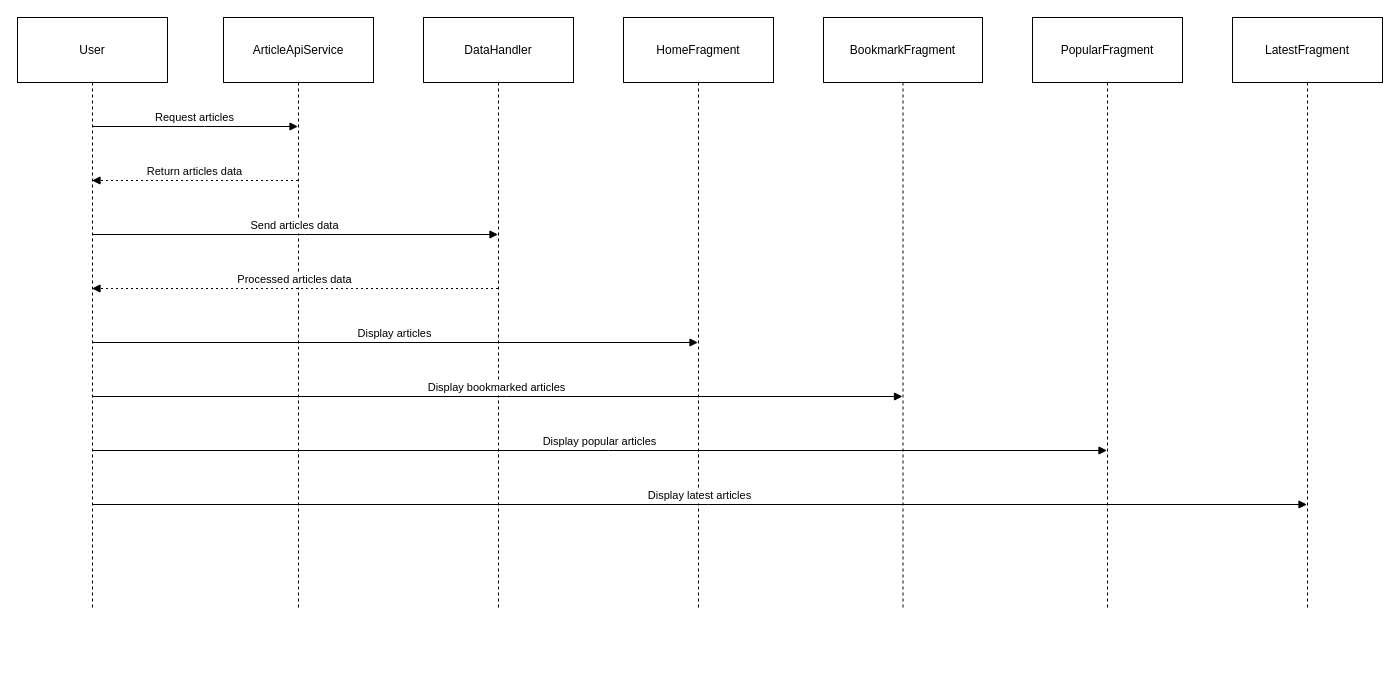
Imagine0123/Sintesis keeps this draw.io diagram as Sintesis_Flow.drawio. Above is the earlier version. Source tidied: cells renumbered, new cells numbered last; positions are measured from the earlier drawing's top-left corner, leaving out a move shared by most shapes. Both pictures are drawn from the tidied source at 100%, with x=0, y=0 at pixel (17, 17).
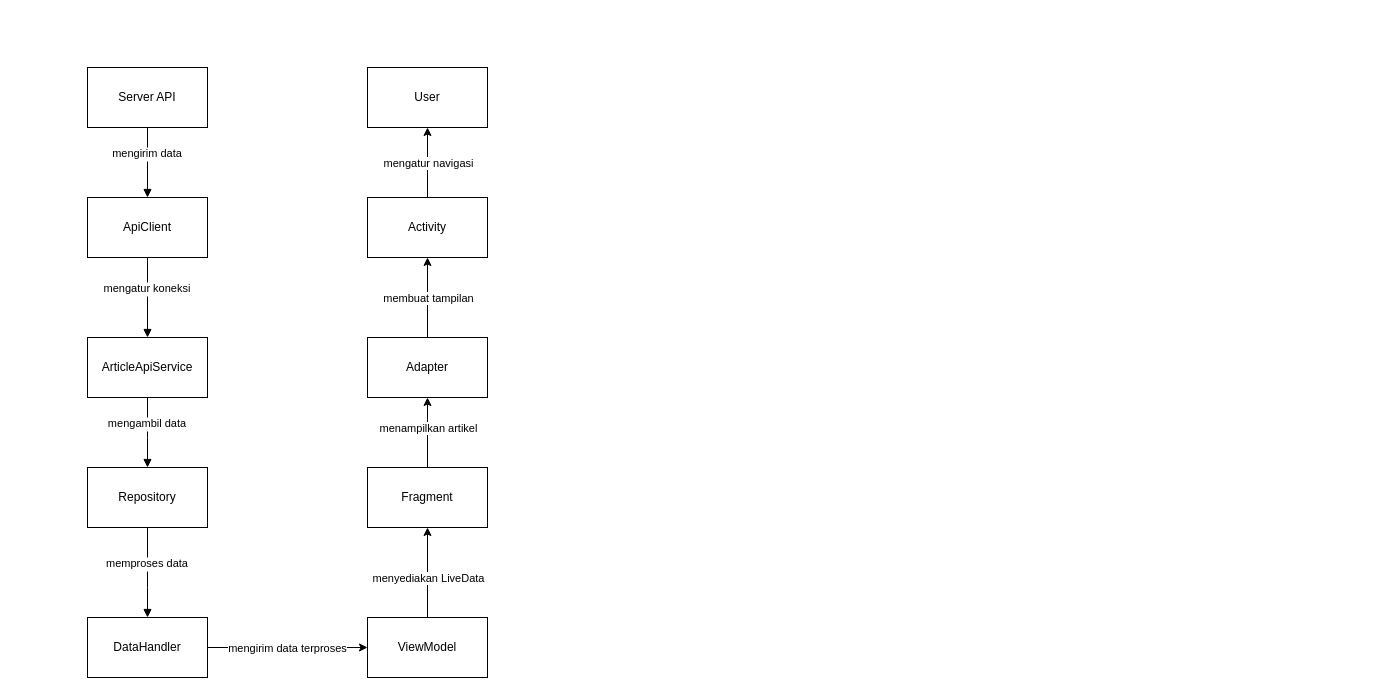
The same diagram, later.

The edit, as a diff of the source:
```diff
@@
+    <mxCell id="17" value="mengirim data" style="verticalAlign=bottom;edgeStyle=elbowEdgeStyle;elbow=vertical;curved=0;rounded=0;endArrow=block;entryX=0.5;entryY=0;entryDx=0;entryDy=0;" parent="1" edge="1" source="21" target="22">
+      <mxGeometry relative="1" as="geometry">
+        <Array as="points">
+          <mxPoint x="130" y="180" />
+          <mxPoint x="134" y="159" />
+        </Array>
+      </mxGeometry>
+    </mxCell>
+    <mxCell id="18" value="mengatur koneksi" style="verticalAlign=bottom;edgeStyle=elbowEdgeStyle;elbow=vertical;curved=0;rounded=0;endArrow=block;exitX=0.5;exitY=1;exitDx=0;exitDy=0;" parent="1" edge="1" source="22" target="3">
+      <mxGeometry relative="1" as="geometry">
+        <Array as="points">
+          <mxPoint x="130" y="270" />
+          <mxPoint x="434" y="723" />
+        </Array>
+      </mxGeometry>
+    </mxCell>
+    <mxCell id="19" value="mengambil data" style="verticalAlign=bottom;edgeStyle=elbowEdgeStyle;elbow=vertical;curved=0;rounded=0;endArrow=block;entryX=0.5;entryY=0;entryDx=0;entryDy=0;exitX=0.5;exitY=1;exitDx=0;exitDy=0;" parent="1" edge="1" source="3" target="23">
+      <mxGeometry relative="1" as="geometry">
+        <Array as="points">
+          <mxPoint x="130" y="420" />
+          <mxPoint x="634" y="777" />
+        </Array>
+      </mxGeometry>
+    </mxCell>
+    <mxCell id="20" value="memproses data" style="verticalAlign=bottom;edgeStyle=elbowEdgeStyle;elbow=vertical;curved=0;rounded=0;endArrow=block;entryX=0.5;entryY=0;entryDx=0;entryDy=0;exitX=0.5;exitY=1;exitDx=0;exitDy=0;" parent="1" edge="1" source="23" target="4">
+      <mxGeometry relative="1" as="geometry">
+        <Array as="points">
+          <mxPoint x="170" y="570" />
+        </Array>
+      </mxGeometry>
+    </mxCell>
+    <mxCell id="21" value="Server API" style="rounded=0;whiteSpace=wrap;html=1;" parent="1" vertex="1">
+      <mxGeometry x="70" y="50" width="120" height="60" as="geometry" />
+    </mxCell>
+    <mxCell id="22" value="ApiClient" style="rounded=0;whiteSpace=wrap;html=1;" parent="1" vertex="1">
+      <mxGeometry x="70" y="180" width="120" height="60" as="geometry" />
+    </mxCell>
+    <mxCell id="3" value="ArticleApiService" style="rounded=0;whiteSpace=wrap;html=1;" parent="1" vertex="1">
+      <mxGeometry x="70" y="320" width="120" height="60" as="geometry" />
+    </mxCell>
+    <mxCell id="23" value="Repository" style="rounded=0;whiteSpace=wrap;html=1;" parent="1" vertex="1">
+      <mxGeometry x="70" y="450" width="120" height="60" as="geometry" />
+    </mxCell>
+    <mxCell id="24" style="edgeStyle=orthogonalEdgeStyle;rounded=0;jettySize=auto;html=1;" parent="1" edge="1" source="4" target="28">
+      <mxGeometry relative="1" as="geometry">
+        <Array as="points">
+          <mxPoint x="250" y="630" />
+          <mxPoint x="250" y="630" />
+        </Array>
+      </mxGeometry>
+    </mxCell>
+    <mxCell id="25" value="mengirim data terproses" style="edgeLabel;html=1;align=center;verticalAlign=middle;" parent="24" vertex="1">
+      <mxGeometry x="-0.01" y="3" relative="1" as="geometry">
+        <mxPoint y="3" as="offset" />
+      </mxGeometry>
+    </mxCell>
+    <mxCell id="4" value="DataHandler" style="rounded=0;whiteSpace=wrap;html=1;" parent="1" vertex="1">
+      <mxGeometry x="70" y="600" width="120" height="60" as="geometry" />
+    </mxCell>
+    <mxCell id="26" style="edgeStyle=orthogonalEdgeStyle;rounded=0;jettySize=auto;html=1;" parent="1" edge="1" source="28" target="31">
+      <mxGeometry relative="1" as="geometry" />
+    </mxCell>
+    <mxCell id="27" value="menyediakan LiveData" style="edgeLabel;html=1;align=center;verticalAlign=middle;" parent="26" vertex="1">
+      <mxGeometry x="-0.11" y="3" relative="1" as="geometry">
+        <mxPoint x="3" as="offset" />
+      </mxGeometry>
+    </mxCell>
+    <mxCell id="28" value="ViewModel" style="rounded=0;whiteSpace=wrap;html=1;" parent="1" vertex="1">
+      <mxGeometry x="350" y="600" width="120" height="60" as="geometry" />
+    </mxCell>
+    <mxCell id="29" style="edgeStyle=orthogonalEdgeStyle;rounded=0;jettySize=auto;html=1;" parent="1" edge="1" source="31" target="34">
+      <mxGeometry relative="1" as="geometry" />
+    </mxCell>
+    <mxCell id="30" value="menampilkan artikel" style="edgeLabel;html=1;align=center;verticalAlign=middle;" parent="29" vertex="1">
+      <mxGeometry x="-0.14" y="-4" relative="1" as="geometry">
+        <mxPoint x="-4" y="-10" as="offset" />
+      </mxGeometry>
+    </mxCell>
+    <mxCell id="31" value="Fragment" style="rounded=0;whiteSpace=wrap;html=1;" parent="1" vertex="1">
+      <mxGeometry x="350" y="450" width="120" height="60" as="geometry" />
+    </mxCell>
+    <mxCell id="32" style="edgeStyle=orthogonalEdgeStyle;rounded=0;jettySize=auto;html=1;" parent="1" edge="1" source="34" target="37">
+      <mxGeometry relative="1" as="geometry" />
+    </mxCell>
+    <mxCell id="33" value="membuat tampilan" style="edgeLabel;html=1;align=center;verticalAlign=middle;" parent="32" vertex="1">
+      <mxGeometry x="0.38" y="-2" relative="1" as="geometry">
+        <mxPoint x="-2" y="15" as="offset" />
+      </mxGeometry>
+    </mxCell>
+    <mxCell id="34" value="Adapter" style="rounded=0;whiteSpace=wrap;html=1;" parent="1" vertex="1">
+      <mxGeometry x="350" y="320" width="120" height="60" as="geometry" />
+    </mxCell>
+    <mxCell id="35" style="edgeStyle=orthogonalEdgeStyle;rounded=0;jettySize=auto;html=1;" parent="1" edge="1" source="37" target="2">
+      <mxGeometry relative="1" as="geometry" />
+    </mxCell>
+    <mxCell id="36" value="mengatur navigasi" style="edgeLabel;html=1;align=center;verticalAlign=middle;" parent="35" vertex="1">
+      <mxGeometry x="0.01" y="-2" relative="1" as="geometry">
+        <mxPoint x="-2" as="offset" />
+      </mxGeometry>
+    </mxCell>
+    <mxCell id="37" value="Activity" style="rounded=0;whiteSpace=wrap;html=1;" parent="1" vertex="1">
+      <mxGeometry x="350" y="180" width="120" height="60" as="geometry" />
+    </mxCell>
-    <mxCell id="2" value="User" style="shape=umlLifeline;perimeter=lifelinePerimeter;whiteSpace=wrap;outlineConnect=0;portConstraint=eastwest;newEdgeStyle={&quot;edgeStyle&quot;:&quot;elbowEdgeStyle&quot;,&quot;elbow&quot;:&quot;vertical&quot;,&quot;curved&quot;:0,&quot;rounded&quot;:0};size=65;" parent="1" vertex="1">
-      <mxGeometry width="150" height="592" as="geometry" />
+    <mxCell id="2" value="User" style="rounded=0;whiteSpace=wrap;html=1;" parent="1" vertex="1">
+      <mxGeometry x="350" y="50" width="120" height="60" as="geometry" />
     </mxCell>
-    <mxCell id="3" value="ArticleApiService" style="shape=umlLifeline;perimeter=lifelinePerimeter;whiteSpace=wrap;outlineConnect=0;portConstraint=eastwest;newEdgeStyle={&quot;edgeStyle&quot;:&quot;elbowEdgeStyle&quot;,&quot;elbow&quot;:&quot;vertical&quot;,&quot;curved&quot;:0,&quot;rounded&quot;:0};size=65;" parent="1" vertex="1">
-      <mxGeometry x="206" width="150" height="592" as="geometry" />
-    </mxCell>
-    <mxCell id="4" value="DataHandler" style="shape=umlLifeline;perimeter=lifelinePerimeter;whiteSpace=wrap;outlineConnect=0;portConstraint=eastwest;newEdgeStyle={&quot;edgeStyle&quot;:&quot;elbowEdgeStyle&quot;,&quot;elbow&quot;:&quot;vertical&quot;,&quot;curved&quot;:0,&quot;rounded&quot;:0};size=65;" parent="1" vertex="1">
-      <mxGeometry x="406" width="150" height="592" as="geometry" />
-    </mxCell>
-    <mxCell id="5" value="HomeFragment" style="shape=umlLifeline;perimeter=lifelinePerimeter;whiteSpace=wrap;outlineConnect=0;portConstraint=eastwest;newEdgeStyle={&quot;edgeStyle&quot;:&quot;elbowEdgeStyle&quot;,&quot;elbow&quot;:&quot;vertical&quot;,&quot;curved&quot;:0,&quot;rounded&quot;:0};size=65;" parent="1" vertex="1">
-      <mxGeometry x="606" width="150" height="592" as="geometry" />
-    </mxCell>
-    <mxCell id="6" value="BookmarkFragment" style="shape=umlLifeline;perimeter=lifelinePerimeter;whiteSpace=wrap;outlineConnect=0;portConstraint=eastwest;newEdgeStyle={&quot;edgeStyle&quot;:&quot;elbowEdgeStyle&quot;,&quot;elbow&quot;:&quot;vertical&quot;,&quot;curved&quot;:0,&quot;rounded&quot;:0};size=65;" parent="1" vertex="1">
-      <mxGeometry x="806" width="159" height="592" as="geometry" />
-    </mxCell>
-    <mxCell id="7" value="PopularFragment" style="shape=umlLifeline;perimeter=lifelinePerimeter;whiteSpace=wrap;outlineConnect=0;portConstraint=eastwest;newEdgeStyle={&quot;edgeStyle&quot;:&quot;elbowEdgeStyle&quot;,&quot;elbow&quot;:&quot;vertical&quot;,&quot;curved&quot;:0,&quot;rounded&quot;:0};size=65;" parent="1" vertex="1">
-      <mxGeometry x="1015" width="150" height="592" as="geometry" />
-    </mxCell>
-    <mxCell id="8" value="LatestFragment" style="shape=umlLifeline;perimeter=lifelinePerimeter;whiteSpace=wrap;outlineConnect=0;portConstraint=eastwest;newEdgeStyle={&quot;edgeStyle&quot;:&quot;elbowEdgeStyle&quot;,&quot;elbow&quot;:&quot;vertical&quot;,&quot;curved&quot;:0,&quot;rounded&quot;:0};size=65;" parent="1" vertex="1">
-      <mxGeometry x="1215" width="150" height="592" as="geometry" />
-    </mxCell>
-    <mxCell id="9" value="Request articles" style="verticalAlign=bottom;edgeStyle=elbowEdgeStyle;elbow=vertical;curved=0;rounded=0;endArrow=block;" parent="1" edge="1" source="2" target="3">
-      <mxGeometry relative="1" as="geometry">
-        <Array as="points">
-          <mxPoint x="187" y="109" />
-        </Array>
-      </mxGeometry>
-    </mxCell>
-    <mxCell id="10" value="Return articles data" style="verticalAlign=bottom;edgeStyle=elbowEdgeStyle;elbow=vertical;curved=0;rounded=0;dashed=1;dashPattern=2 3;endArrow=block;" parent="1" edge="1" source="3" target="2">
-      <mxGeometry relative="1" as="geometry">
-        <Array as="points">
-          <mxPoint x="190" y="163" />
-        </Array>
-      </mxGeometry>
-    </mxCell>
-    <mxCell id="11" value="Send articles data" style="verticalAlign=bottom;edgeStyle=elbowEdgeStyle;elbow=vertical;curved=0;rounded=0;endArrow=block;" parent="1" edge="1" source="2" target="4">
-      <mxGeometry relative="1" as="geometry">
-        <Array as="points">
-          <mxPoint x="287" y="217" />
-        </Array>
-      </mxGeometry>
-    </mxCell>
-    <mxCell id="12" value="Processed articles data" style="verticalAlign=bottom;edgeStyle=elbowEdgeStyle;elbow=vertical;curved=0;rounded=0;dashed=1;dashPattern=2 3;endArrow=block;" parent="1" edge="1" source="4" target="2">
-      <mxGeometry relative="1" as="geometry">
-        <Array as="points">
-          <mxPoint x="290" y="271" />
-        </Array>
-      </mxGeometry>
-    </mxCell>
-    <mxCell id="13" value="Display articles" style="verticalAlign=bottom;edgeStyle=elbowEdgeStyle;elbow=vertical;curved=0;rounded=0;endArrow=block;" parent="1" edge="1" source="2" target="5">
-      <mxGeometry relative="1" as="geometry">
-        <Array as="points">
-          <mxPoint x="387" y="325" />
-        </Array>
-      </mxGeometry>
-    </mxCell>
-    <mxCell id="14" value="Display bookmarked articles" style="verticalAlign=bottom;edgeStyle=elbowEdgeStyle;elbow=vertical;curved=0;rounded=0;endArrow=block;" parent="1" edge="1" source="2" target="6">
-      <mxGeometry relative="1" as="geometry">
-        <Array as="points">
-          <mxPoint x="489" y="379" />
-        </Array>
-      </mxGeometry>
-    </mxCell>
-    <mxCell id="15" value="Display popular articles" style="verticalAlign=bottom;edgeStyle=elbowEdgeStyle;elbow=vertical;curved=0;rounded=0;endArrow=block;" parent="1" edge="1" source="2" target="7">
-      <mxGeometry relative="1" as="geometry">
-        <Array as="points">
-          <mxPoint x="591" y="433" />
-        </Array>
-      </mxGeometry>
-    </mxCell>
-    <mxCell id="16" value="Display latest articles" style="verticalAlign=bottom;edgeStyle=elbowEdgeStyle;elbow=vertical;curved=0;rounded=0;endArrow=block;" parent="1" edge="1" source="2" target="8">
-      <mxGeometry relative="1" as="geometry">
-        <Array as="points">
-          <mxPoint x="691" y="487" />
-        </Array>
-      </mxGeometry>
-    </mxCell>
```
